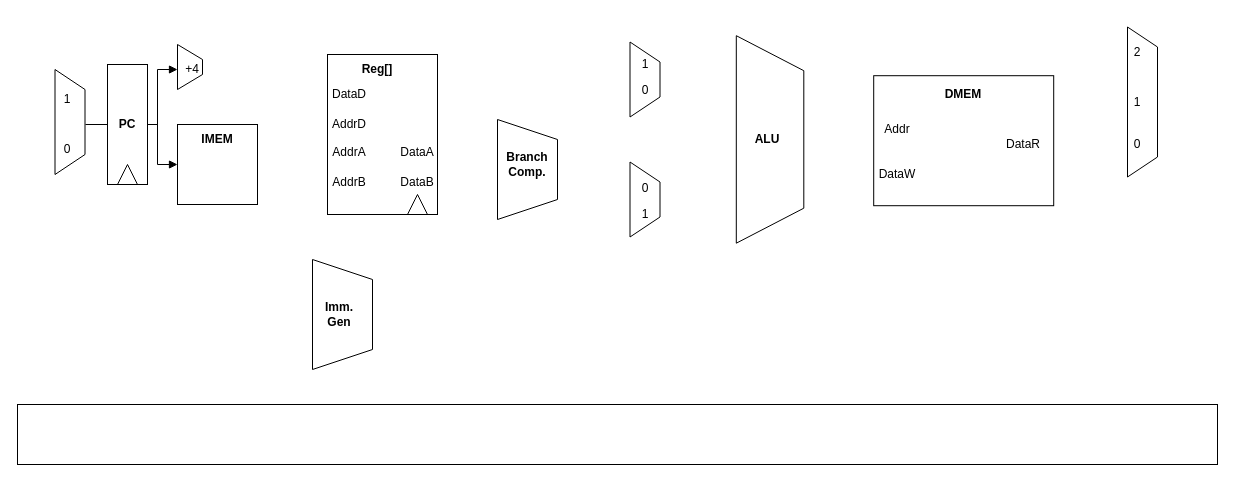
Above: floating-point notes Diagram.drawio in Katharine-0331/files (draw.io), before the change. Source tidied: cells renumbered, new cells numbered last; positions are measured from the earlier drawing's top-left corner, leaving out a move shared by most shapes. Both pictures are drawn from the tidied source at 100%, with x=0, y=0 at pixel (17, 36).
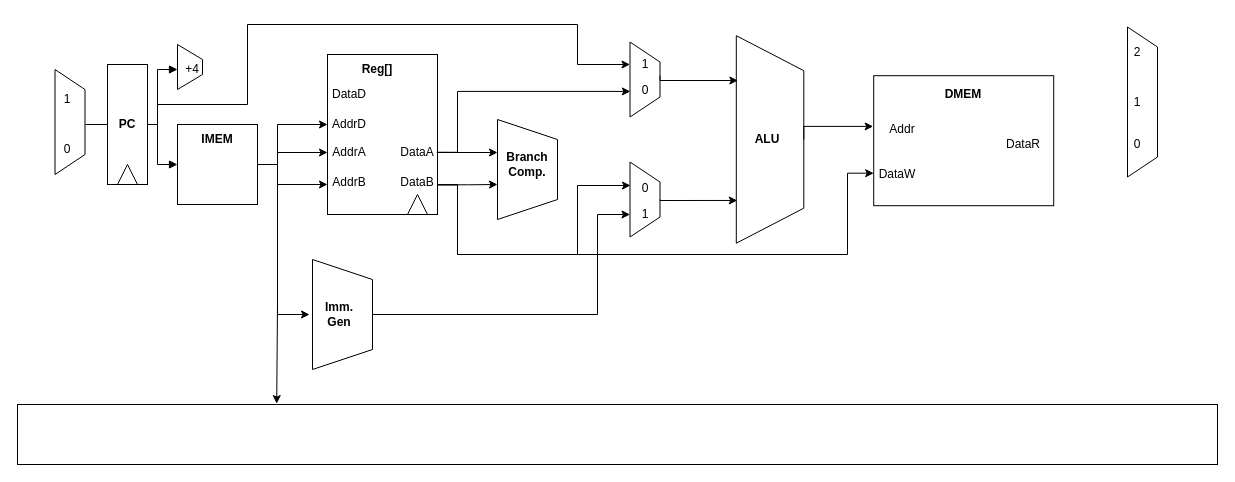
After the change.

The change refers to these unchanged cells:
```xml
<mxCell id="5" value="&lt;div style=&quot;direction: ltr&quot;&gt;&lt;b&gt;PC&lt;/b&gt;&lt;/div&gt;" style="rounded=0;whiteSpace=wrap;html=1;rotation=0;fillColor=none;" parent="1" vertex="1">
  <mxGeometry x="90" y="28" width="40" height="120" as="geometry" />
</mxCell>
<mxCell id="9" style="rounded=0;whiteSpace=wrap;html=1;fillColor=none;" parent="1" vertex="1">
  <mxGeometry x="160" y="88" width="80" height="80" as="geometry" />
</mxCell>
<mxCell id="14" style="rounded=0;whiteSpace=wrap;html=1;fillColor=none;" parent="1" vertex="1">
  <mxGeometry x="310" y="18" width="110" height="160" as="geometry" />
</mxCell>
<mxCell id="20" value="AddrB" style="text;html=1;strokeColor=none;fillColor=none;align=center;verticalAlign=middle;whiteSpace=wrap;rounded=0;" parent="1" vertex="1">
  <mxGeometry x="302" y="130.5" width="60" height="30" as="geometry" />
</mxCell>
<mxCell id="23" style="rounded=0;whiteSpace=wrap;html=1;fillColor=none;" parent="1" vertex="1">
  <mxGeometry y="368" width="1200" height="60" as="geometry" />
</mxCell>
<mxCell id="24" style="shape=trapezoid;perimeter=trapezoidPerimeter;whiteSpace=wrap;html=1;fixedSize=1;fillColor=none;rotation=90;" parent="1" vertex="1">
  <mxGeometry x="270" y="248" width="110" height="60" as="geometry" />
</mxCell>
<mxCell id="25" value="&lt;b&gt;Imm.&lt;br&gt;Gen&lt;/b&gt;" style="text;html=1;strokeColor=none;fillColor=none;align=center;verticalAlign=middle;whiteSpace=wrap;rounded=0;" parent="1" vertex="1">
  <mxGeometry x="292" y="263" width="60" height="30" as="geometry" />
</mxCell>
<mxCell id="26" style="shape=trapezoid;perimeter=trapezoidPerimeter;whiteSpace=wrap;html=1;fixedSize=1;fillColor=none;rotation=90;" parent="1" vertex="1">
  <mxGeometry x="460" y="103" width="100" height="60" as="geometry" />
</mxCell>
<mxCell id="28" style="shape=trapezoid;perimeter=trapezoidPerimeter;whiteSpace=wrap;html=1;fixedSize=1;fillColor=none;rotation=90;" parent="1" vertex="1">
  <mxGeometry x="590" y="28" width="75" height="30" as="geometry" />
</mxCell>
<mxCell id="30" style="shape=trapezoid;perimeter=trapezoidPerimeter;whiteSpace=wrap;html=1;fixedSize=1;fillColor=none;rotation=90;size=35;" parent="1" vertex="1">
  <mxGeometry x="648.8" y="69.2" width="207.5" height="67.5" as="geometry" />
</mxCell>
<mxCell id="31" value="1" style="text;html=1;strokeColor=none;fillColor=none;align=center;verticalAlign=middle;whiteSpace=wrap;rounded=0;" parent="1" vertex="1">
  <mxGeometry x="612.5" y="13" width="30" height="30" as="geometry" />
</mxCell>
<mxCell id="32" value="0" style="text;html=1;strokeColor=none;fillColor=none;align=center;verticalAlign=middle;whiteSpace=wrap;rounded=0;" parent="1" vertex="1">
  <mxGeometry x="612.5" y="39.2" width="30" height="30" as="geometry" />
</mxCell>
<mxCell id="34" value="1" style="text;html=1;strokeColor=none;fillColor=none;align=center;verticalAlign=middle;whiteSpace=wrap;rounded=0;" parent="1" vertex="1">
  <mxGeometry x="612.5" y="163" width="30" height="30" as="geometry" />
</mxCell>
<mxCell id="36" style="rounded=0;whiteSpace=wrap;html=1;fillColor=none;" parent="1" vertex="1">
  <mxGeometry x="856.2" y="39.2" width="180" height="130" as="geometry" />
</mxCell>
```

What changed in the source:
```diff
@@
+    <mxCell id="45" style="edgeStyle=orthogonalEdgeStyle;rounded=0;jettySize=auto;html=1;exitX=1;exitY=0.5;exitDx=0;exitDy=0;entryX=0;entryY=0.5;entryDx=0;entryDy=0;" parent="1" edge="1" source="5" target="31">
+      <mxGeometry relative="1" as="geometry">
+        <Array as="points">
+          <mxPoint x="140" y="88" />
+          <mxPoint x="140" y="68" />
+          <mxPoint x="230" y="68" />
+          <mxPoint x="230" y="-12" />
+          <mxPoint x="560" y="-12" />
+          <mxPoint x="560" y="28" />
+        </Array>
+      </mxGeometry>
+    </mxCell>
@@
+    <mxCell id="46" style="edgeStyle=orthogonalEdgeStyle;rounded=0;jettySize=auto;html=1;exitX=1;exitY=0.5;exitDx=0;exitDy=0;" parent="1" edge="1" source="9">
+      <mxGeometry relative="1" as="geometry">
+        <mxPoint x="310" y="88" as="targetPoint" />
+        <Array as="points">
+          <mxPoint x="260" y="128" />
+          <mxPoint x="260" y="88" />
+        </Array>
+      </mxGeometry>
+    </mxCell>
+    <mxCell id="47" style="edgeStyle=orthogonalEdgeStyle;rounded=0;jettySize=auto;html=1;exitX=1;exitY=0.5;exitDx=0;exitDy=0;" parent="1" edge="1" source="9">
+      <mxGeometry relative="1" as="geometry">
+        <mxPoint x="310" y="116" as="targetPoint" />
+        <Array as="points">
+          <mxPoint x="260" y="128" />
+          <mxPoint x="260" y="116" />
+        </Array>
+      </mxGeometry>
+    </mxCell>
+    <mxCell id="48" style="edgeStyle=orthogonalEdgeStyle;rounded=0;jettySize=auto;html=1;exitX=1;exitY=0.5;exitDx=0;exitDy=0;entryX=0.133;entryY=0.583;entryDx=0;entryDy=0;entryPerimeter=0;" parent="1" edge="1" source="9" target="20">
+      <mxGeometry relative="1" as="geometry">
+        <Array as="points">
+          <mxPoint x="260" y="128" />
+          <mxPoint x="260" y="148" />
+        </Array>
+      </mxGeometry>
+    </mxCell>
+    <mxCell id="49" style="edgeStyle=orthogonalEdgeStyle;rounded=0;jettySize=auto;html=1;exitX=1;exitY=0.5;exitDx=0;exitDy=0;entryX=0.216;entryY=-0.015;entryDx=0;entryDy=0;entryPerimeter=0;" parent="1" edge="1" source="9" target="23">
+      <mxGeometry relative="1" as="geometry" />
+    </mxCell>
+    <mxCell id="50" style="edgeStyle=orthogonalEdgeStyle;rounded=0;jettySize=auto;html=1;exitX=1;exitY=0.5;exitDx=0;exitDy=0;entryX=0;entryY=0.5;entryDx=0;entryDy=0;" parent="1" edge="1" source="9" target="25">
+      <mxGeometry relative="1" as="geometry">
+        <Array as="points">
+          <mxPoint x="260" y="128" />
+          <mxPoint x="260" y="278" />
+        </Array>
+      </mxGeometry>
+    </mxCell>
@@
+    <mxCell id="51" style="edgeStyle=orthogonalEdgeStyle;rounded=0;jettySize=auto;html=1;exitX=0.994;exitY=0.612;exitDx=0;exitDy=0;exitPerimeter=0;" parent="1" edge="1" source="14">
+      <mxGeometry relative="1" as="geometry">
+        <mxPoint x="480" y="116" as="targetPoint" />
+        <Array as="points">
+          <mxPoint x="480" y="116" />
+        </Array>
+      </mxGeometry>
+    </mxCell>
+    <mxCell id="52" style="edgeStyle=orthogonalEdgeStyle;rounded=0;jettySize=auto;html=1;exitX=1;exitY=0.611;exitDx=0;exitDy=0;entryX=0.659;entryY=0.989;entryDx=0;entryDy=0;entryPerimeter=0;exitPerimeter=0;" parent="1" edge="1" source="14" target="28">
+      <mxGeometry relative="1" as="geometry">
+        <Array as="points">
+          <mxPoint x="440" y="116" />
+          <mxPoint x="440" y="55" />
+        </Array>
+      </mxGeometry>
+    </mxCell>
@@
     <mxCell id="21" value="DataA" style="text;html=1;strokeColor=none;fillColor=none;align=center;verticalAlign=middle;whiteSpace=wrap;rounded=0;" parent="1" vertex="1">
-      <mxGeometry x="370" y="100.5" width="60" height="30" as="geometry" />
+      <mxGeometry x="390" y="100.5" width="20" height="30" as="geometry" />
     </mxCell>
+    <mxCell id="53" style="edgeStyle=orthogonalEdgeStyle;rounded=0;jettySize=auto;html=1;exitX=1.002;exitY=0.593;exitDx=0;exitDy=0;entryX=0.65;entryY=1;entryDx=0;entryDy=0;entryPerimeter=0;exitPerimeter=0;" parent="1" edge="1" source="22" target="26">
+      <mxGeometry relative="1" as="geometry" />
+    </mxCell>
+    <mxCell id="54" style="edgeStyle=orthogonalEdgeStyle;rounded=0;jettySize=auto;html=1;exitX=1.002;exitY=0.593;exitDx=0;exitDy=0;exitPerimeter=0;" parent="1" edge="1" source="22">
+      <mxGeometry relative="1" as="geometry">
+        <mxPoint x="613" y="149" as="targetPoint" />
+        <Array as="points">
+          <mxPoint x="440" y="148" />
+          <mxPoint x="440" y="218" />
+          <mxPoint x="560" y="218" />
+          <mxPoint x="560" y="149" />
+        </Array>
+      </mxGeometry>
+    </mxCell>
+    <mxCell id="55" style="edgeStyle=orthogonalEdgeStyle;rounded=0;jettySize=auto;html=1;exitX=1.003;exitY=0.591;exitDx=0;exitDy=0;entryX=0;entryY=0.75;entryDx=0;entryDy=0;exitPerimeter=0;" parent="1" edge="1" source="22" target="36">
+      <mxGeometry relative="1" as="geometry">
+        <Array as="points">
+          <mxPoint x="440" y="148" />
+          <mxPoint x="440" y="218" />
+          <mxPoint x="830" y="218" />
+          <mxPoint x="830" y="137" />
+        </Array>
+      </mxGeometry>
+    </mxCell>
     <mxCell id="22" value="DataB" style="text;html=1;strokeColor=none;fillColor=none;align=center;verticalAlign=middle;whiteSpace=wrap;rounded=0;" parent="1" vertex="1">
-      <mxGeometry x="370" y="130.5" width="60" height="30" as="geometry" />
+      <mxGeometry x="380" y="130.5" width="40" height="30" as="geometry" />
     </mxCell>
@@
+    <mxCell id="56" style="edgeStyle=orthogonalEdgeStyle;rounded=0;jettySize=auto;html=1;exitX=0.5;exitY=0;exitDx=0;exitDy=0;entryX=0;entryY=0.5;entryDx=0;entryDy=0;" parent="1" edge="1" source="24" target="34">
+      <mxGeometry relative="1" as="geometry">
+        <Array as="points">
+          <mxPoint x="580" y="278" />
+          <mxPoint x="580" y="178" />
+        </Array>
+      </mxGeometry>
+    </mxCell>
@@
+    <mxCell id="57" style="edgeStyle=orthogonalEdgeStyle;rounded=0;jettySize=auto;html=1;exitX=0.5;exitY=0;exitDx=0;exitDy=0;entryX=-0.003;entryY=0.39;entryDx=0;entryDy=0;entryPerimeter=0;" parent="1" edge="1" source="30" target="36">
+      <mxGeometry relative="1" as="geometry">
+        <Array as="points">
+          <mxPoint x="786" y="90" />
+        </Array>
+      </mxGeometry>
+    </mxCell>
@@
+    <mxCell id="58" style="edgeStyle=orthogonalEdgeStyle;rounded=0;jettySize=auto;html=1;exitX=1;exitY=0;exitDx=0;exitDy=0;entryX=0.216;entryY=0.977;entryDx=0;entryDy=0;entryPerimeter=0;" parent="1" edge="1" source="32" target="30">
+      <mxGeometry relative="1" as="geometry">
+        <Array as="points">
+          <mxPoint x="643" y="44" />
+        </Array>
+      </mxGeometry>
+    </mxCell>
@@
+    <mxCell id="59" style="edgeStyle=orthogonalEdgeStyle;rounded=0;jettySize=auto;html=1;exitX=1;exitY=0;exitDx=0;exitDy=0;entryX=0.794;entryY=0.986;entryDx=0;entryDy=0;entryPerimeter=0;" parent="1" edge="1" source="34" target="30">
+      <mxGeometry relative="1" as="geometry">
+        <Array as="points">
+          <mxPoint x="643" y="164" />
+        </Array>
+      </mxGeometry>
+    </mxCell>
@@
     <mxCell id="42" value="Addr" style="text;html=1;strokeColor=none;fillColor=none;align=center;verticalAlign=middle;whiteSpace=wrap;rounded=0;" parent="1" vertex="1">
-      <mxGeometry x="850" y="78" width="60" height="30" as="geometry" />
+      <mxGeometry x="860" y="78" width="50" height="30" as="geometry" />
     </mxCell>
```
